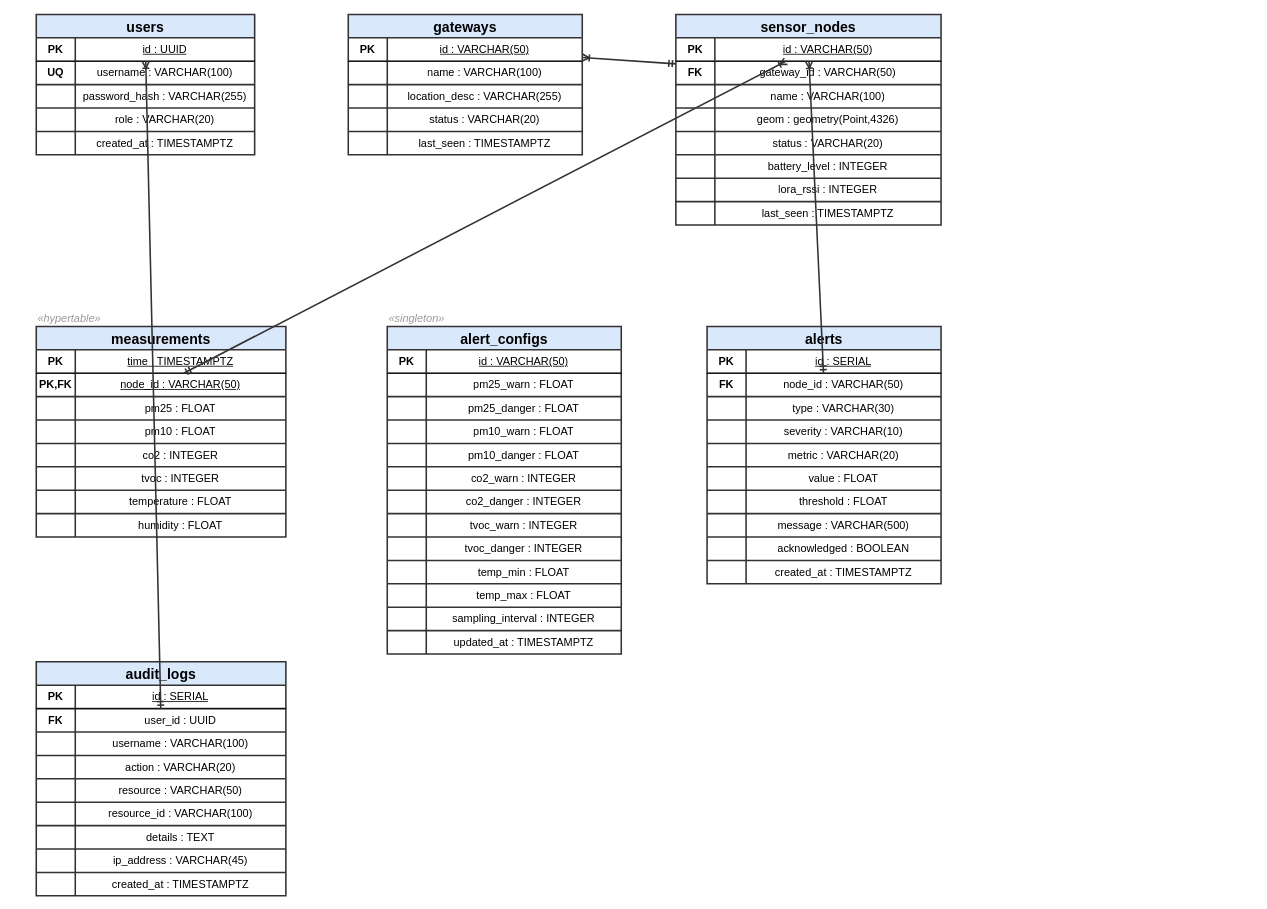
Before: docs/drawio/er_database.drawio in Ductham95/datn, a draw.io diagram. Source tidied: cells renumbered, new cells numbered last; positions are measured from the earlier drawing's top-left corner, leaving out a move shared by most shapes. Both pictures are drawn from the tidied source at 78%, with x=0, y=0 at pixel (36, 14).
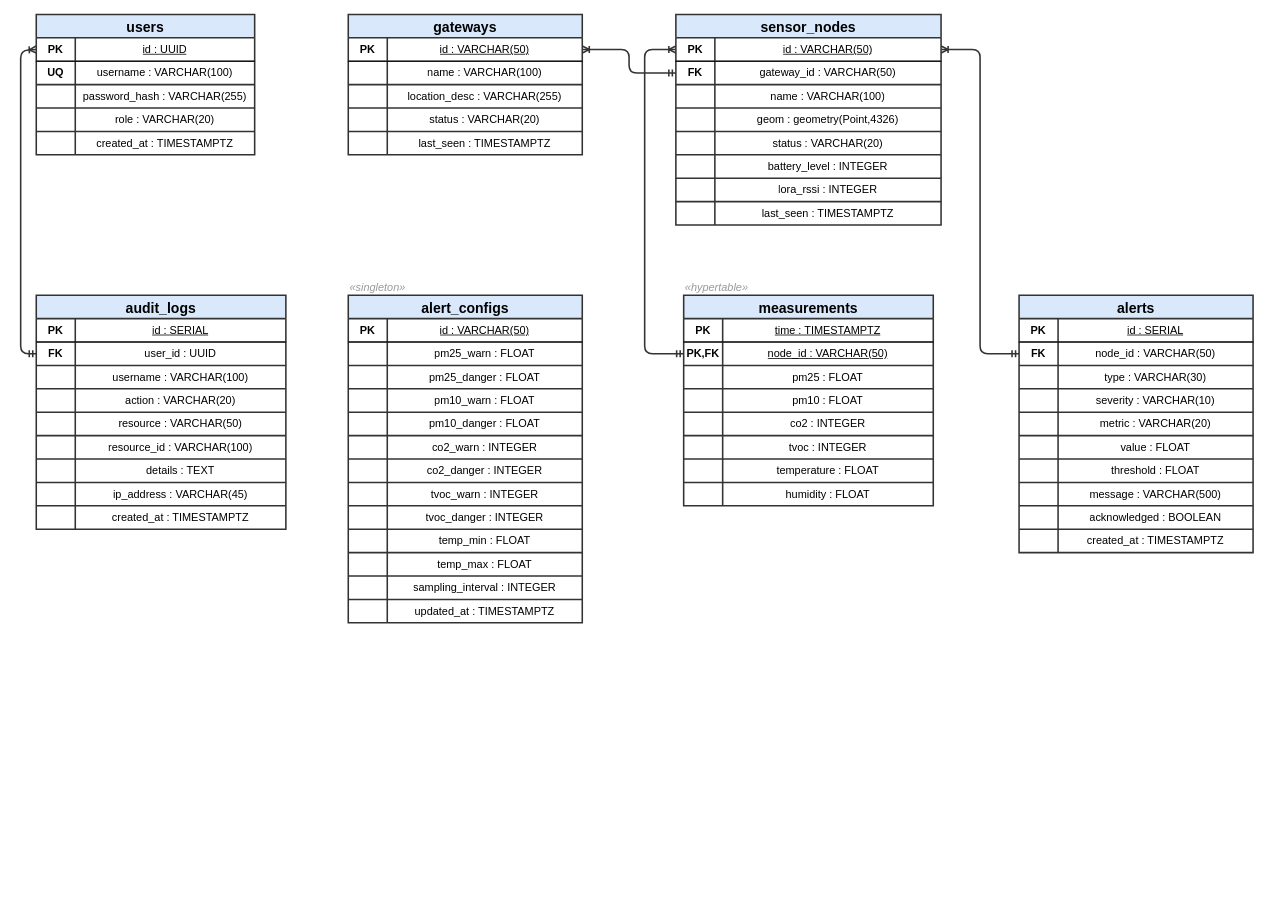
The same page after the edit.

The change refers to these unchanged cells:
```xml
<mxCell id="3" style="shape=tableRow;horizontal=0;startSize=0;swimlaneHead=0;swimlaneBody=0;fillColor=none;points=[[0,0.5],[1,0.5]];portConstraint=eastwest;fontSize=16;fontFamily=Arial;top=0;left=0;right=0;bottom=1;" parent="2" vertex="1">
  <mxGeometry y="30" width="280" height="30" as="geometry" />
</mxCell>
<mxCell id="19" style="shape=tableRow;horizontal=0;startSize=0;swimlaneHead=0;swimlaneBody=0;fillColor=none;points=[[0,0.5],[1,0.5]];portConstraint=eastwest;fontSize=16;fontFamily=Arial;top=0;left=0;right=0;bottom=1;" parent="18" vertex="1">
  <mxGeometry y="30" width="300" height="30" as="geometry" />
</mxCell>
<mxCell id="35" style="shape=tableRow;horizontal=0;startSize=0;swimlaneHead=0;swimlaneBody=0;fillColor=none;points=[[0,0.5],[1,0.5]];portConstraint=eastwest;fontSize=16;fontFamily=Arial;top=0;left=0;right=0;bottom=1;" parent="34" vertex="1">
  <mxGeometry y="30" width="340" height="30" as="geometry" />
</mxCell>
<mxCell id="38" style="shape=tableRow;horizontal=0;startSize=0;swimlaneHead=0;swimlaneBody=0;fillColor=none;points=[[0,0.5],[1,0.5]];portConstraint=eastwest;fontSize=16;fontFamily=Arial;top=0;left=0;right=0;bottom=0;" parent="34" vertex="1">
  <mxGeometry y="60" width="340" height="30" as="geometry" />
</mxCell>
<mxCell id="63" style="shape=tableRow;horizontal=0;startSize=0;swimlaneHead=0;swimlaneBody=0;fillColor=none;points=[[0,0.5],[1,0.5]];portConstraint=eastwest;fontSize=16;fontFamily=Arial;top=0;left=0;right=0;bottom=0;" parent="59" vertex="1">
  <mxGeometry y="60" width="320" height="30" as="geometry" />
</mxCell>
<mxCell id="128" style="shape=tableRow;horizontal=0;startSize=0;swimlaneHead=0;swimlaneBody=0;fillColor=none;points=[[0,0.5],[1,0.5]];portConstraint=eastwest;fontSize=16;fontFamily=Arial;top=0;left=0;right=0;bottom=0;" parent="124" vertex="1">
  <mxGeometry y="60" width="300" height="30" as="geometry" />
</mxCell>
<mxCell id="159" style="shape=tableRow;horizontal=0;startSize=0;swimlaneHead=0;swimlaneBody=0;fillColor=none;points=[[0,0.5],[1,0.5]];portConstraint=eastwest;fontSize=16;fontFamily=Arial;top=0;left=0;right=0;bottom=0;" parent="155" vertex="1">
  <mxGeometry y="60" width="320" height="30" as="geometry" />
</mxCell>
```

Change to the diagram source:
```diff
@@
     <mxCell id="59" value="measurements" style="shape=table;startSize=30;childLayout=tableLayout;rowLines=1;fontStyle=1;align=center;fontSize=18;fontFamily=Arial;fillColor=#DAE8FC;strokeColor=#333333;strokeWidth=2;" parent="1" vertex="1">
-      <mxGeometry y="400" width="320" height="270" as="geometry" />
+      <mxGeometry x="830" y="360" width="320" height="270" as="geometry" />
     </mxCell>
@@
     <mxCell id="84" value="alert_configs" style="shape=table;startSize=30;childLayout=tableLayout;rowLines=1;fontStyle=1;align=center;fontSize=18;fontFamily=Arial;fillColor=#DAE8FC;strokeColor=#333333;strokeWidth=2;" parent="1" vertex="1">
-      <mxGeometry x="450" y="400" width="300" height="420" as="geometry" />
+      <mxGeometry x="400" y="360" width="300" height="420" as="geometry" />
     </mxCell>
@@
     <mxCell id="124" value="alerts" style="shape=table;startSize=30;childLayout=tableLayout;rowLines=1;fontStyle=1;align=center;fontSize=18;fontFamily=Arial;fillColor=#DAE8FC;strokeColor=#333333;strokeWidth=2;" parent="1" vertex="1">
-      <mxGeometry x="860" y="400" width="300" height="330" as="geometry" />
+      <mxGeometry x="1260" y="360" width="300" height="330" as="geometry" />
     </mxCell>
@@
     <mxCell id="155" value="audit_logs" style="shape=table;startSize=30;childLayout=tableLayout;rowLines=1;fontStyle=1;align=center;fontSize=18;fontFamily=Arial;fillColor=#DAE8FC;strokeColor=#333333;strokeWidth=2;" parent="1" vertex="1">
-      <mxGeometry y="830" width="320" height="300" as="geometry" />
+      <mxGeometry y="360" width="320" height="300" as="geometry" />
     </mxCell>
@@
-    <mxCell id="183" style="endArrow=ERmandOne;endFill=0;startArrow=ERoneToMany;startFill=0;html=1;fontSize=16;fontFamily=Arial;strokeColor=#333333;strokeWidth=2;" parent="1" edge="1" source="19" target="38">
+    <mxCell id="183" style="endArrow=ERmandOne;endFill=0;startArrow=ERoneToMany;startFill=0;edgeStyle=orthogonalEdgeStyle;html=1;fontSize=16;fontFamily=Arial;strokeColor=#333333;strokeWidth=2;" parent="1" edge="1" source="19" target="38">
       <mxGeometry relative="1" as="geometry" />
     </mxCell>
-    <mxCell id="184" style="endArrow=ERmandOne;endFill=0;startArrow=ERoneToMany;startFill=0;html=1;fontSize=16;fontFamily=Arial;strokeColor=#333333;strokeWidth=2;" parent="1" edge="1" source="35" target="63">
-      <mxGeometry relative="1" as="geometry" />
+    <mxCell id="184" style="endArrow=ERmandOne;endFill=0;startArrow=ERoneToMany;startFill=0;edgeStyle=orthogonalEdgeStyle;html=1;fontSize=16;fontFamily=Arial;strokeColor=#333333;strokeWidth=2;entryX=0;entryY=0.5;entryDx=0;entryDy=0;" parent="1" edge="1" source="35" target="63">
+      <mxGeometry relative="1" as="geometry">
+        <Array as="points">
+          <mxPoint x="780" y="45" />
+          <mxPoint x="780" y="435" />
+        </Array>
+      </mxGeometry>
     </mxCell>
-    <mxCell id="185" style="endArrow=ERmandOne;endFill=0;startArrow=ERoneToMany;startFill=0;html=1;fontSize=16;fontFamily=Arial;strokeColor=#333333;strokeWidth=2;" parent="1" edge="1" source="35" target="128">
-      <mxGeometry relative="1" as="geometry" />
+    <mxCell id="185" style="endArrow=ERmandOne;endFill=0;startArrow=ERoneToMany;startFill=0;edgeStyle=orthogonalEdgeStyle;html=1;fontSize=16;fontFamily=Arial;strokeColor=#333333;strokeWidth=2;entryX=0;entryY=0.5;entryDx=0;entryDy=0;" parent="1" edge="1" source="35" target="128">
+      <mxGeometry relative="1" as="geometry">
+        <Array as="points">
+          <mxPoint x="1210" y="45" />
+          <mxPoint x="1210" y="435" />
+        </Array>
+      </mxGeometry>
     </mxCell>
-    <mxCell id="186" style="endArrow=ERmandOne;endFill=0;startArrow=ERoneToMany;startFill=0;html=1;fontSize=16;fontFamily=Arial;strokeColor=#333333;strokeWidth=2;" parent="1" edge="1" source="3" target="159">
-      <mxGeometry relative="1" as="geometry" />
+    <mxCell id="186" style="endArrow=ERmandOne;endFill=0;startArrow=ERoneToMany;startFill=0;edgeStyle=orthogonalEdgeStyle;html=1;fontSize=16;fontFamily=Arial;strokeColor=#333333;strokeWidth=2;exitX=0;exitY=0.5;exitDx=0;exitDy=0;" parent="1" edge="1" source="3" target="159">
+      <mxGeometry relative="1" as="geometry">
+        <Array as="points">
+          <mxPoint x="-20" y="46" />
+          <mxPoint x="-20" y="435" />
+        </Array>
+      </mxGeometry>
     </mxCell>
     <mxCell id="187" value="«hypertable»" style="text;html=1;fontSize=14;fontFamily=Arial;fontColor=#999999;align=left;fontStyle=2;" parent="1" vertex="1">
-      <mxGeometry y="375" width="120" height="20" as="geometry" />
+      <mxGeometry x="830" y="335" width="120" height="20" as="geometry" />
     </mxCell>
     <mxCell id="188" value="«singleton»" style="text;html=1;fontSize=14;fontFamily=Arial;fontColor=#999999;align=left;fontStyle=2;" parent="1" vertex="1">
-      <mxGeometry x="450" y="375" width="120" height="20" as="geometry" />
+      <mxGeometry x="400" y="335" width="120" height="20" as="geometry" />
     </mxCell>
```
